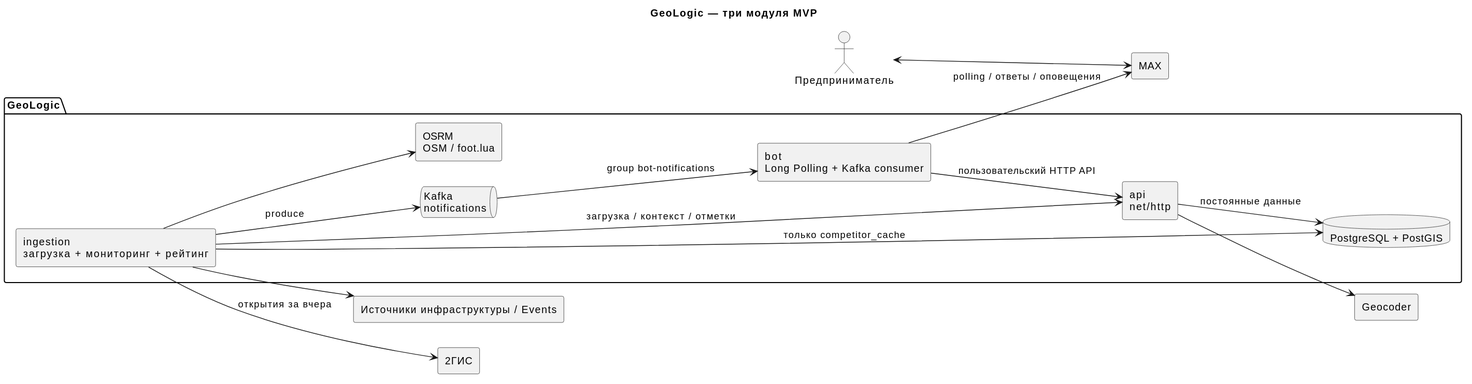
Before: docs/diagrams/rendered/c4-containers.svg, a diagram exported from PlantUML (kotafan1rich/GeoLogic-Monitor). Source of this version:
```plantuml
@startuml
title GeoLogic — три модуля MVP
left to right direction
skinparam componentStyle rectangle
skinparam shadowing false
actor "Предприниматель" as user
rectangle "MAX" as max
package "GeoLogic" {
 rectangle "bot\nLong Polling + Kafka consumer" as bot
 rectangle "api\nnet/http" as api
 rectangle "ingestion\nзагрузка + мониторинг + рейтинг" as worker
 database "PostgreSQL + PostGIS" as db
 queue "Kafka\nnotifications" as kafka
 rectangle "OSRM\nOSM / foot.lua" as osrm
}
rectangle "Geocoder" as geo
rectangle "Источники инфраструктуры / Events" as sources
rectangle "2ГИС" as gis
user <--> max
bot --> max : polling / ответы / оповещения
bot --> api : пользовательский HTTP API
worker --> api : загрузка / контекст / отметки
api --> db : постоянные данные
api --> geo
worker --> db : только competitor_cache
worker --> sources
worker --> gis : открытия за вчера
worker --> osrm
worker --> kafka : produce
kafka --> bot : group bot-notifications
@enduml
```
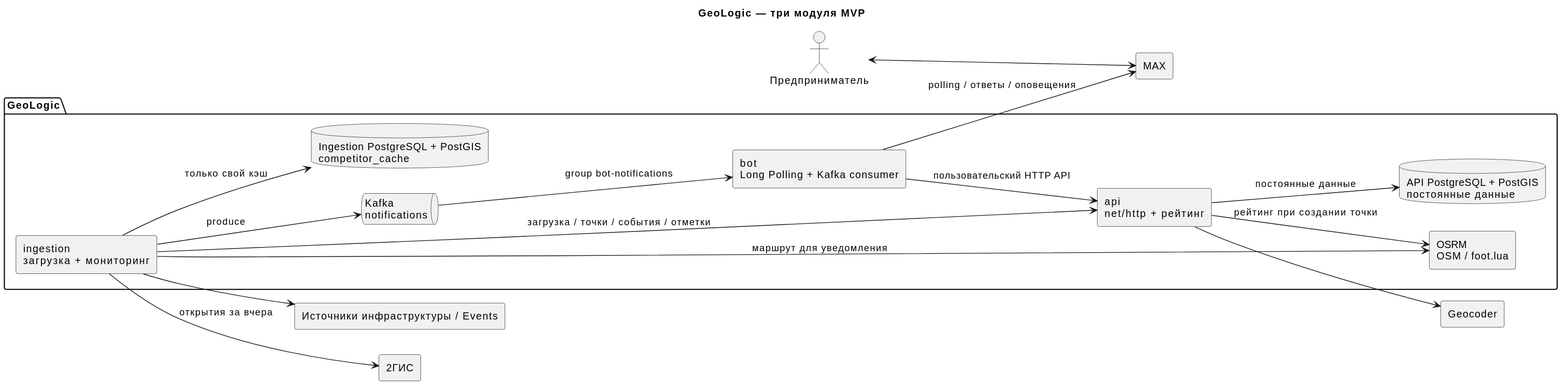
Later version of the same file.

Diff of the diagram source:
```diff
@@ -7,9 +7,10 @@
 rectangle "MAX" as max
 package "GeoLogic" {
  rectangle "bot\nLong Polling + Kafka consumer" as bot
- rectangle "api\nnet/http" as api
- rectangle "ingestion\nзагрузка + мониторинг + рейтинг" as worker
- database "PostgreSQL + PostGIS" as db
+ rectangle "api\nnet/http + рейтинг" as api
+ rectangle "ingestion\nзагрузка + мониторинг" as worker
+ database "API PostgreSQL + PostGIS\nпостоянные данные" as apidb
+ database "Ingestion PostgreSQL + PostGIS\ncompetitor_cache" as ingestiondb
  queue "Kafka\nnotifications" as kafka
  rectangle "OSRM\nOSM / foot.lua" as osrm
 }
@@ -19,13 +20,14 @@
 user <--> max
 bot --> max : polling / ответы / оповещения
 bot --> api : пользовательский HTTP API
-worker --> api : загрузка / контекст / отметки
-api --> db : постоянные данные
+worker --> api : загрузка / точки / события / отметки
+api --> apidb : постоянные данные
 api --> geo
-worker --> db : только competitor_cache
+api --> osrm : рейтинг при создании точки
+worker --> ingestiondb : только свой кэш
 worker --> sources
 worker --> gis : открытия за вчера
-worker --> osrm
+worker --> osrm : маршрут для уведомления
 worker --> kafka : produce
 kafka --> bot : group bot-notifications
 @enduml
```
